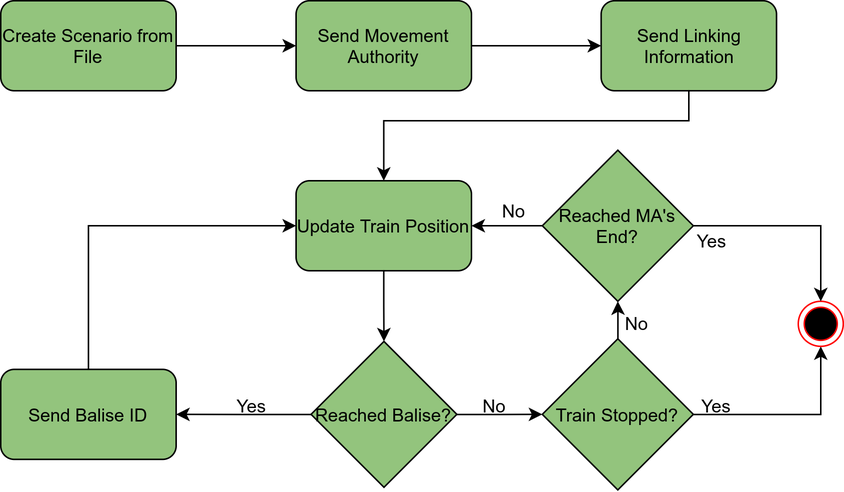
Before: images/SimulatorWorkflow.png, a diagram exported from draw.io (Boffmann/masterThesis). Source tidied: cells renumbered, new cells last; positions are measured from the earlier drawing's top-left corner, leaving out a move shared by most shapes.
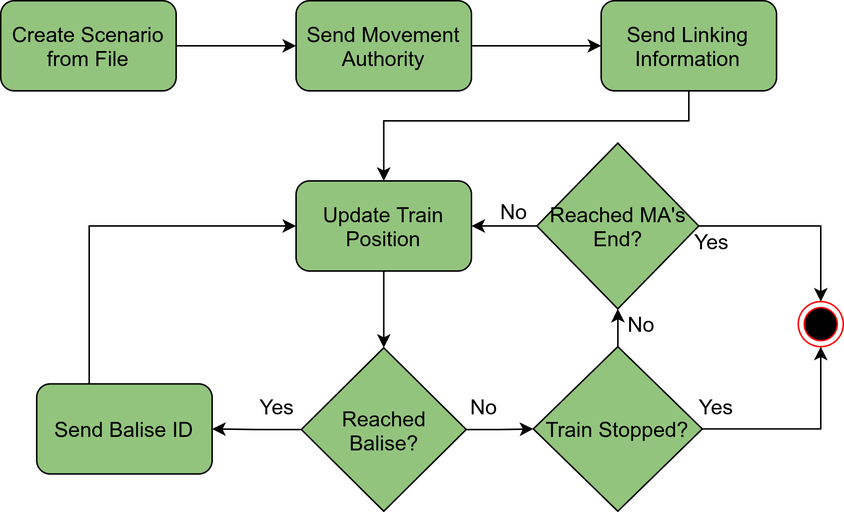
Above is the later version.

The edit, as a diff of the source:
```diff
@@ -5,13 +5,13 @@
     <mxCell id="2" style="edgeStyle=orthogonalEdgeStyle;rounded=0;jettySize=auto;html=1;entryX=0;entryY=0.5;entryDx=0;entryDy=0;" parent="1" edge="1" source="3" target="5">
       <mxGeometry relative="1" as="geometry" />
     </mxCell>
-    <mxCell id="3" value="Create Scenario from File" style="rounded=1;whiteSpace=wrap;html=1;fillColor=#93C47D;" parent="1" vertex="1">
+    <mxCell id="3" value="&lt;font style=&quot;font-size: 14px&quot;&gt;Create Scenario from File&lt;/font&gt;" style="rounded=1;whiteSpace=wrap;html=1;fillColor=#93C47D;" parent="1" vertex="1">
       <mxGeometry width="117" height="60" as="geometry" />
     </mxCell>
     <mxCell id="4" style="edgeStyle=orthogonalEdgeStyle;rounded=0;jettySize=auto;html=1;entryX=0;entryY=0.5;entryDx=0;entryDy=0;" parent="1" edge="1" source="5" target="7">
       <mxGeometry relative="1" as="geometry" />
     </mxCell>
-    <mxCell id="5" value="Send Movement Authority" style="rounded=1;whiteSpace=wrap;html=1;fillColor=#93C47D;" parent="1" vertex="1">
+    <mxCell id="5" value="&lt;font style=&quot;font-size: 14px&quot;&gt;Send Movement Authority&lt;/font&gt;" style="rounded=1;whiteSpace=wrap;html=1;fillColor=#93C47D;" parent="1" vertex="1">
       <mxGeometry x="197" width="117" height="60" as="geometry" />
     </mxCell>
     <mxCell id="6" style="edgeStyle=orthogonalEdgeStyle;rounded=0;jettySize=auto;html=1;entryX=0.5;entryY=0;entryDx=0;entryDy=0;" parent="1" edge="1" source="7" target="9">
@@ -22,13 +22,13 @@
         </Array>
       </mxGeometry>
     </mxCell>
-    <mxCell id="7" value="Send Linking Information" style="rounded=1;whiteSpace=wrap;html=1;fillColor=#93C47D;" parent="1" vertex="1">
+    <mxCell id="7" value="&lt;font style=&quot;font-size: 14px&quot;&gt;Send Linking Information&lt;/font&gt;" style="rounded=1;whiteSpace=wrap;html=1;fillColor=#93C47D;" parent="1" vertex="1">
       <mxGeometry x="400.5" width="117" height="60" as="geometry" />
     </mxCell>
     <mxCell id="8" style="edgeStyle=orthogonalEdgeStyle;rounded=0;jettySize=auto;html=1;entryX=0.5;entryY=0;entryDx=0;entryDy=0;" parent="1" edge="1" source="9" target="12">
       <mxGeometry relative="1" as="geometry" />
     </mxCell>
-    <mxCell id="9" value="Update Train Position" style="rounded=1;whiteSpace=wrap;html=1;fillColor=#93C47D;" parent="1" vertex="1">
+    <mxCell id="9" value="&lt;font style=&quot;font-size: 14px&quot;&gt;Update Train Position&lt;/font&gt;" style="rounded=1;whiteSpace=wrap;html=1;fillColor=#93C47D;" parent="1" vertex="1">
       <mxGeometry x="197" y="120" width="117" height="60" as="geometry" />
     </mxCell>
     <mxCell id="10" style="edgeStyle=orthogonalEdgeStyle;rounded=0;jettySize=auto;html=1;entryX=1;entryY=0.5;entryDx=0;entryDy=0;" parent="1" edge="1" source="12" target="19">
@@ -37,23 +37,23 @@
     <mxCell id="11" style="edgeStyle=orthogonalEdgeStyle;rounded=0;jettySize=auto;html=1;entryX=0;entryY=0.5;entryDx=0;entryDy=0;" parent="1" edge="1" source="12" target="15">
       <mxGeometry relative="1" as="geometry" />
     </mxCell>
-    <mxCell id="12" value="Reached Balise?" style="rhombus;whiteSpace=wrap;html=1;fillColor=#93C47D;" parent="1" vertex="1">
-      <mxGeometry x="207" y="227.1" width="97.2" height="97.2" as="geometry" />
+    <mxCell id="12" value="&lt;font style=&quot;font-size: 14px&quot;&gt;Reached&lt;br&gt;Balise?&lt;/font&gt;" style="rhombus;whiteSpace=wrap;html=1;fillColor=#93C47D;" parent="1" vertex="1">
+      <mxGeometry x="200.5" y="231.1" width="110" height="108.9" as="geometry" />
     </mxCell>
-    <mxCell id="13" style="edgeStyle=orthogonalEdgeStyle;rounded=0;jettySize=auto;html=1;entryX=0.5;entryY=1;entryDx=0;entryDy=0;" parent="1" edge="1" source="15" target="25">
+    <mxCell id="13" style="edgeStyle=orthogonalEdgeStyle;rounded=0;jettySize=auto;html=1;entryX=0.5;entryY=1;entryDx=0;entryDy=0;" parent="1" edge="1" source="15" target="21">
       <mxGeometry relative="1" as="geometry" />
     </mxCell>
-    <mxCell id="14" style="edgeStyle=orthogonalEdgeStyle;rounded=0;jettySize=auto;html=1;entryX=0.5;entryY=1;entryDx=0;entryDy=0;" parent="1" edge="1" source="15" target="21">
+    <mxCell id="14" style="edgeStyle=orthogonalEdgeStyle;rounded=0;jettySize=auto;html=1;entryX=0.5;entryY=1;entryDx=0;entryDy=0;strokeWidth=1;fontSize=11;" parent="1" edge="1" source="15" target="25">
       <mxGeometry relative="1" as="geometry" />
     </mxCell>
-    <mxCell id="15" value="Train Stopped?" style="rhombus;whiteSpace=wrap;html=1;fillColor=#93C47D;" parent="1" vertex="1">
-      <mxGeometry x="361.2" y="225.4" width="100.8" height="100.8" as="geometry" />
+    <mxCell id="15" value="&lt;font style=&quot;font-size: 14px&quot;&gt;Train Stopped?&lt;/font&gt;" style="rhombus;whiteSpace=wrap;html=1;fillColor=#93C47D;" parent="1" vertex="1">
+      <mxGeometry x="355.2" y="230.4" width="112.8" height="109.6" as="geometry" />
     </mxCell>
-    <mxCell id="16" value="No" style="text;html=1;align=center;verticalAlign=middle;" parent="1" vertex="1">
-      <mxGeometry x="314" y="260" width="30" height="20" as="geometry" />
+    <mxCell id="16" value="&lt;font style=&quot;font-size: 14px&quot;&gt;No&lt;/font&gt;" style="text;html=1;align=center;verticalAlign=middle;" parent="1" vertex="1">
+      <mxGeometry x="307" y="260" width="30" height="20" as="geometry" />
     </mxCell>
-    <mxCell id="17" value="No" style="text;html=1;align=center;verticalAlign=middle;" parent="1" vertex="1">
-      <mxGeometry x="409" y="205.4" width="30" height="20" as="geometry" />
+    <mxCell id="17" value="&lt;font style=&quot;font-size: 14px&quot;&gt;No&lt;/font&gt;" style="text;html=1;align=center;verticalAlign=middle;" parent="1" vertex="1">
+      <mxGeometry x="412" y="205.4" width="30" height="20" as="geometry" />
     </mxCell>
     <mxCell id="18" style="edgeStyle=orthogonalEdgeStyle;rounded=0;jettySize=auto;html=1;entryX=0;entryY=0.5;entryDx=0;entryDy=0;" parent="1" edge="1" source="19" target="9">
       <mxGeometry relative="1" as="geometry">
@@ -62,16 +62,16 @@
         </Array>
       </mxGeometry>
     </mxCell>
-    <mxCell id="19" value="Send Balise ID" style="rounded=1;whiteSpace=wrap;html=1;fillColor=#93C47D;" parent="1" vertex="1">
-      <mxGeometry y="245.8" width="117" height="60" as="geometry" />
+    <mxCell id="19" value="&lt;font style=&quot;font-size: 14px&quot;&gt;Send Balise ID&lt;/font&gt;" style="rounded=1;whiteSpace=wrap;html=1;fillColor=#93C47D;" parent="1" vertex="1">
+      <mxGeometry x="24" y="255.2" width="117" height="60" as="geometry" />
     </mxCell>
-    <mxCell id="20" value="Yes" style="text;html=1;align=center;verticalAlign=middle;" parent="1" vertex="1">
-      <mxGeometry x="147" y="260" width="40" height="20" as="geometry" />
+    <mxCell id="20" value="&lt;font style=&quot;font-size: 14px&quot;&gt;Yes&lt;/font&gt;" style="text;html=1;align=center;verticalAlign=middle;" parent="1" vertex="1">
+      <mxGeometry x="164" y="260" width="40" height="20" as="geometry" />
     </mxCell>
     <mxCell id="21" style="ellipse;html=1;shape=endState;fillColor=#000000;strokeColor=#ff0000;" parent="1" vertex="1">
       <mxGeometry x="532" y="200.4" width="30" height="30" as="geometry" />
     </mxCell>
-    <mxCell id="22" value="Yes" style="text;html=1;align=center;verticalAlign=middle;" parent="1" vertex="1">
+    <mxCell id="22" value="&lt;font style=&quot;font-size: 14px&quot;&gt;Yes&lt;/font&gt;" style="text;html=1;align=center;verticalAlign=middle;" parent="1" vertex="1">
       <mxGeometry x="457" y="260" width="40" height="20" as="geometry" />
     </mxCell>
     <mxCell id="23" style="edgeStyle=orthogonalEdgeStyle;rounded=0;jettySize=auto;html=1;entryX=0.5;entryY=0;entryDx=0;entryDy=0;" parent="1" edge="1" source="25" target="21">
@@ -80,13 +80,13 @@
     <mxCell id="24" style="edgeStyle=orthogonalEdgeStyle;rounded=0;jettySize=auto;html=1;entryX=1;entryY=0.5;entryDx=0;entryDy=0;" parent="1" edge="1" source="25" target="9">
       <mxGeometry relative="1" as="geometry" />
     </mxCell>
-    <mxCell id="25" value="Reached MA's End?" style="rhombus;whiteSpace=wrap;html=1;fillColor=#93C47D;" parent="1" vertex="1">
-      <mxGeometry x="361.2" y="99.6" width="100.8" height="100.8" as="geometry" />
+    <mxCell id="25" value="&lt;font style=&quot;font-size: 14px&quot;&gt;Reached MA's End?&lt;/font&gt;" style="rhombus;whiteSpace=wrap;html=1;fillColor=#93C47D;" parent="1" vertex="1">
+      <mxGeometry x="357.6" y="94.8" width="108" height="110.4" as="geometry" />
     </mxCell>
-    <mxCell id="26" value="Yes" style="text;html=1;align=center;verticalAlign=middle;" parent="1" vertex="1">
+    <mxCell id="26" value="&lt;font style=&quot;font-size: 14px&quot;&gt;Yes&lt;/font&gt;" style="text;html=1;align=center;verticalAlign=middle;" parent="1" vertex="1">
       <mxGeometry x="454" y="150" width="40" height="20" as="geometry" />
     </mxCell>
-    <mxCell id="27" value="No" style="text;html=1;align=center;verticalAlign=middle;" parent="1" vertex="1">
+    <mxCell id="27" value="&lt;font style=&quot;font-size: 14px&quot;&gt;No&lt;/font&gt;" style="text;html=1;align=center;verticalAlign=middle;" parent="1" vertex="1">
       <mxGeometry x="327" y="130" width="30" height="20" as="geometry" />
     </mxCell>
   </root>
```
